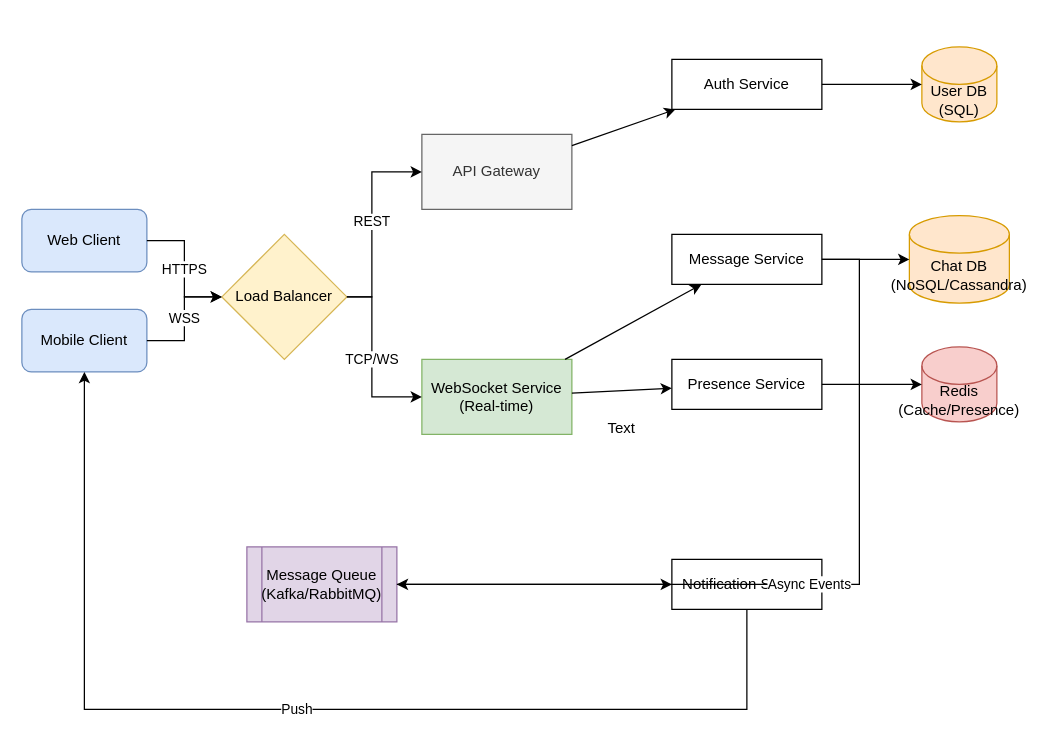
Above: chatapplication.drawio in kshivanand02/Tic-Tac-Toi (draw.io), before the change. Source tidied: cells renumbered, new cells numbered last; positions are measured from the earlier drawing's top-left corner, leaving out a move shared by most shapes. Both pictures are drawn from the tidied source at 125%, with x=0, y=0 at pixel (21, 46).
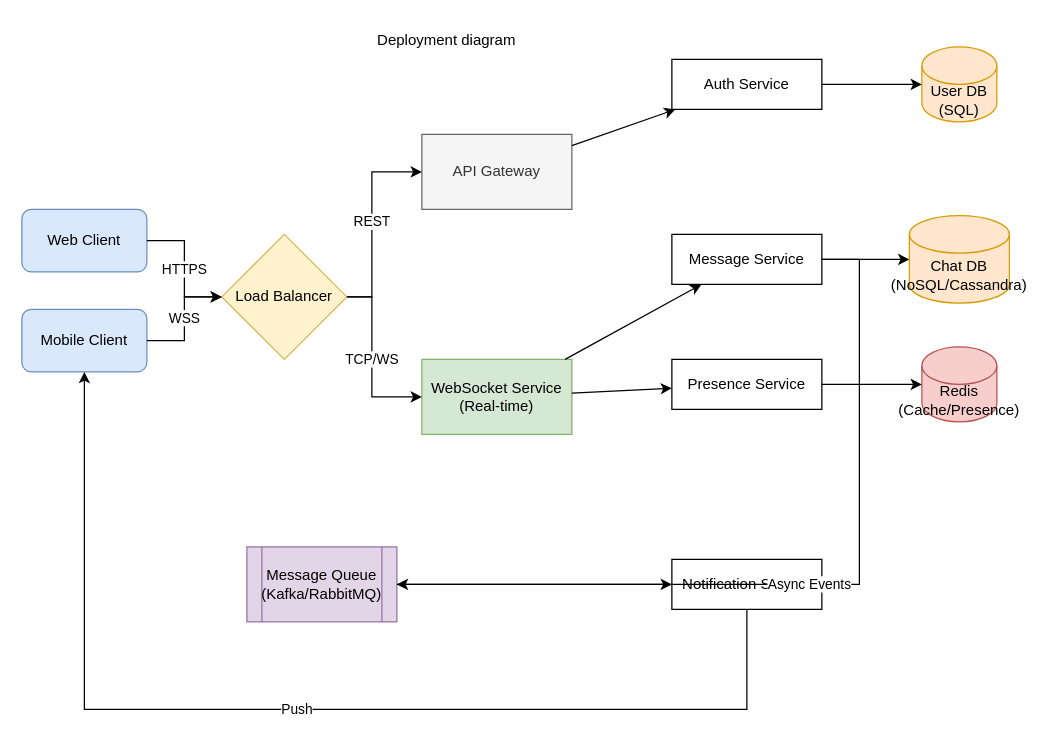
After the change.

Commit message:
deployment diagram

The edit, as a diff of the source:
```diff
@@
-    <mxCell id="28" value="Text" style="text;html=1;whiteSpace=wrap;strokeColor=none;fillColor=none;align=center;verticalAlign=middle;rounded=0;" parent="1" vertex="1">
-      <mxGeometry x="450" y="290" width="60" height="30" as="geometry" />
+    <mxCell id="28" value="Deployment diagram" style="text;html=1;whiteSpace=wrap;strokeColor=none;fillColor=none;align=center;verticalAlign=middle;rounded=0;" parent="1" vertex="1">
+      <mxGeometry x="270" y="-20" width="140" height="30" as="geometry" />
     </mxCell>
```
